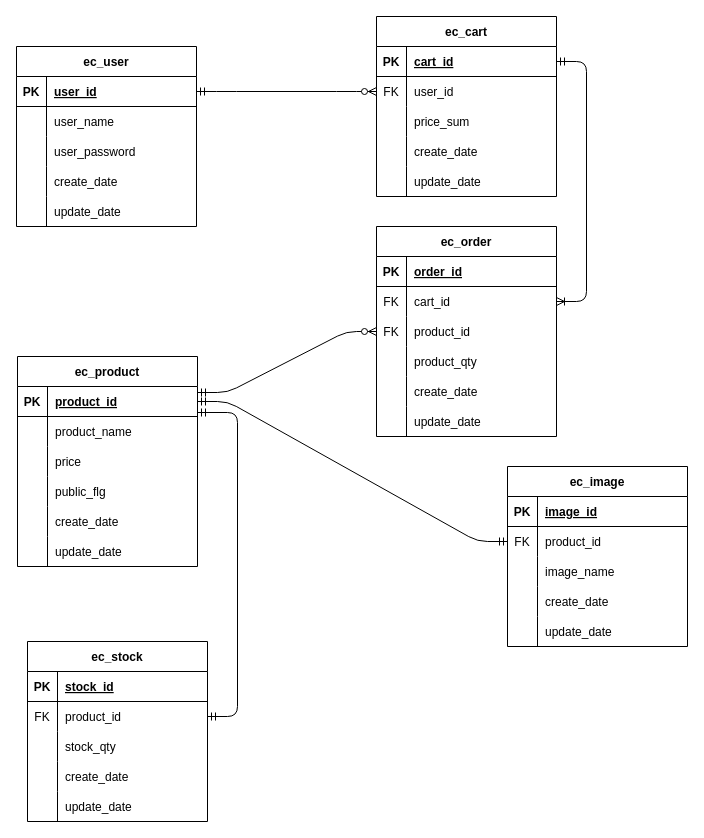
The draw.io diagram htdocs/ec_site/documents/ER.dio in wakamyc701/dc_work_tamachi_wakamiya_PHP, before the edit. Source tidied: cells renumbered, new cells numbered last; positions are measured from the earlier drawing's top-left corner, leaving out a move shared by most shapes. Both pictures are drawn from the tidied source at 100%, with x=0, y=0 at pixel (16, 16).
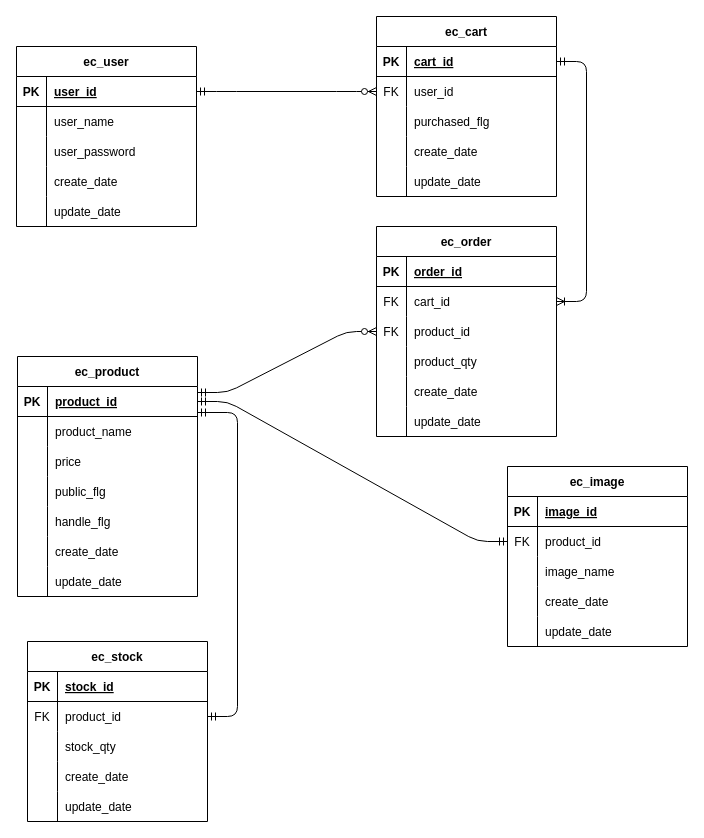
Above is the later version.

Unchanged cells that the change refers to:
```xml
<mxCell id="25" style="shape=tableRow;horizontal=0;startSize=0;swimlaneHead=0;swimlaneBody=0;fillColor=none;top=0;left=0;right=0;bottom=0;" parent="18" vertex="1">
  <mxGeometry y="90" width="180" height="30" as="geometry" />
</mxCell>
<mxCell id="66" style="shape=tableRow;horizontal=0;startSize=0;swimlaneHead=0;swimlaneBody=0;fillColor=none;top=0;left=0;right=0;bottom=0;" parent="53" vertex="1">
  <mxGeometry y="150" width="180" height="30" as="geometry" />
</mxCell>
<mxCell id="69" style="shape=tableRow;horizontal=0;startSize=0;swimlaneHead=0;swimlaneBody=0;fillColor=none;top=0;left=0;right=0;bottom=0;" parent="53" vertex="1">
  <mxGeometry y="180" width="180" height="30" as="geometry" />
</mxCell>
```

What changed in the source:
```diff
@@
-    <mxCell id="27" value="price_sum" style="shape=partialRectangle;fillColor=none;top=0;left=0;bottom=0;right=0;align=left;spacingLeft=6;overflow=hidden;" parent="25" vertex="1">
+    <mxCell id="27" value="purchased_flg" style="shape=partialRectangle;fillColor=none;top=0;left=0;bottom=0;right=0;align=left;spacingLeft=6;overflow=hidden;" parent="25" vertex="1">
       <mxGeometry x="30" width="150" height="30" as="geometry" />
     </mxCell>
@@
     <mxCell id="53" value="ec_product" style="shape=table;startSize=30;childLayout=tableLayout;rowLines=0;fontStyle=1;align=center;" parent="1" vertex="1">
-      <mxGeometry x="1" y="340" width="180" height="210" as="geometry" />
+      <mxGeometry x="1" y="340" width="180" height="240" as="geometry" />
     </mxCell>
@@
-    <mxCell id="68" value="create_date" style="shape=partialRectangle;fillColor=none;top=0;left=0;bottom=0;right=0;align=left;spacingLeft=6;overflow=hidden;" parent="66" vertex="1">
+    <mxCell id="68" value="handle_flg" style="shape=partialRectangle;fillColor=none;top=0;left=0;bottom=0;right=0;align=left;spacingLeft=6;overflow=hidden;" parent="66" vertex="1">
       <mxGeometry x="30" width="150" height="30" as="geometry" />
     </mxCell>
@@
-    <mxCell id="71" value="update_date" style="shape=partialRectangle;fillColor=none;top=0;left=0;bottom=0;right=0;align=left;spacingLeft=6;overflow=hidden;" parent="69" vertex="1">
+    <mxCell id="71" value="create_date" style="shape=partialRectangle;fillColor=none;top=0;left=0;bottom=0;right=0;align=left;spacingLeft=6;overflow=hidden;" parent="69" vertex="1">
       <mxGeometry x="30" width="150" height="30" as="geometry" />
     </mxCell>
+    <mxCell id="109" style="shape=tableRow;horizontal=0;startSize=0;swimlaneHead=0;swimlaneBody=0;fillColor=none;top=0;left=0;right=0;bottom=0;" parent="53" vertex="1">
+      <mxGeometry y="210" width="180" height="30" as="geometry" />
+    </mxCell>
+    <mxCell id="110" style="shape=partialRectangle;fillColor=none;top=0;left=0;bottom=0;right=0;overflow=hidden;" parent="109" vertex="1">
+      <mxGeometry width="30" height="30" as="geometry" />
+    </mxCell>
+    <mxCell id="111" value="update_date" style="shape=partialRectangle;fillColor=none;top=0;left=0;bottom=0;right=0;align=left;spacingLeft=6;overflow=hidden;" parent="109" vertex="1">
+      <mxGeometry x="30" width="150" height="30" as="geometry" />
+    </mxCell>
```
